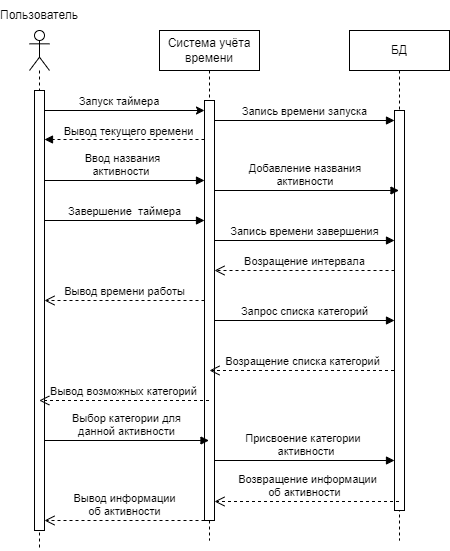
Above: Диаграмма последовательности.png in MgrDim/Project_1 (draw.io), before the change. Source tidied: cells renumbered, new cells last; positions are measured from the earlier drawing's top-left corner, leaving out a move shared by most shapes.
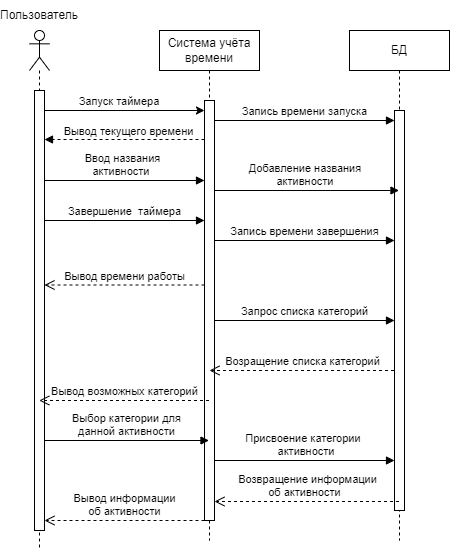
Above is the later version.

Diff of the diagram source:
```diff
@@ -51,12 +51,6 @@
         <mxPoint x="385" y="240" as="targetPoint" />
       </mxGeometry>
     </mxCell>
-    <mxCell id="14" value="Возращение интервала" style="html=1;verticalAlign=bottom;endArrow=open;dashed=1;endSize=8;curved=0;rounded=0;" parent="1" edge="1">
-      <mxGeometry relative="1" as="geometry">
-        <mxPoint x="385" y="270" as="sourcePoint" />
-        <mxPoint x="205" y="270" as="targetPoint" />
-      </mxGeometry>
-    </mxCell>
     <mxCell id="15" style="html=1;verticalAlign=bottom;endArrow=block;curved=0;rounded=0;dashed=1;" parent="1" edge="1">
       <mxGeometry relative="1" as="geometry">
         <mxPoint x="195" y="139" as="sourcePoint" />
@@ -70,8 +64,8 @@
     </mxCell>
     <mxCell id="17" value="Вывод времени работы" style="html=1;verticalAlign=bottom;endArrow=open;dashed=1;endSize=8;curved=0;rounded=0;" parent="1" edge="1">
       <mxGeometry relative="1" as="geometry">
-        <mxPoint x="195" y="300" as="sourcePoint" />
-        <mxPoint x="35" y="300" as="targetPoint" />
+        <mxPoint x="195" y="284.5" as="sourcePoint" />
+        <mxPoint x="35" y="284.5" as="targetPoint" />
       </mxGeometry>
     </mxCell>
     <mxCell id="18" value="&lt;font style=&quot;font-size: 11px;&quot;&gt;Ввод названия&lt;br&gt;активности&amp;nbsp;&lt;/font&gt;" style="html=1;verticalAlign=bottom;endArrow=block;curved=0;rounded=0;" parent="1" edge="1" source="5">
```
